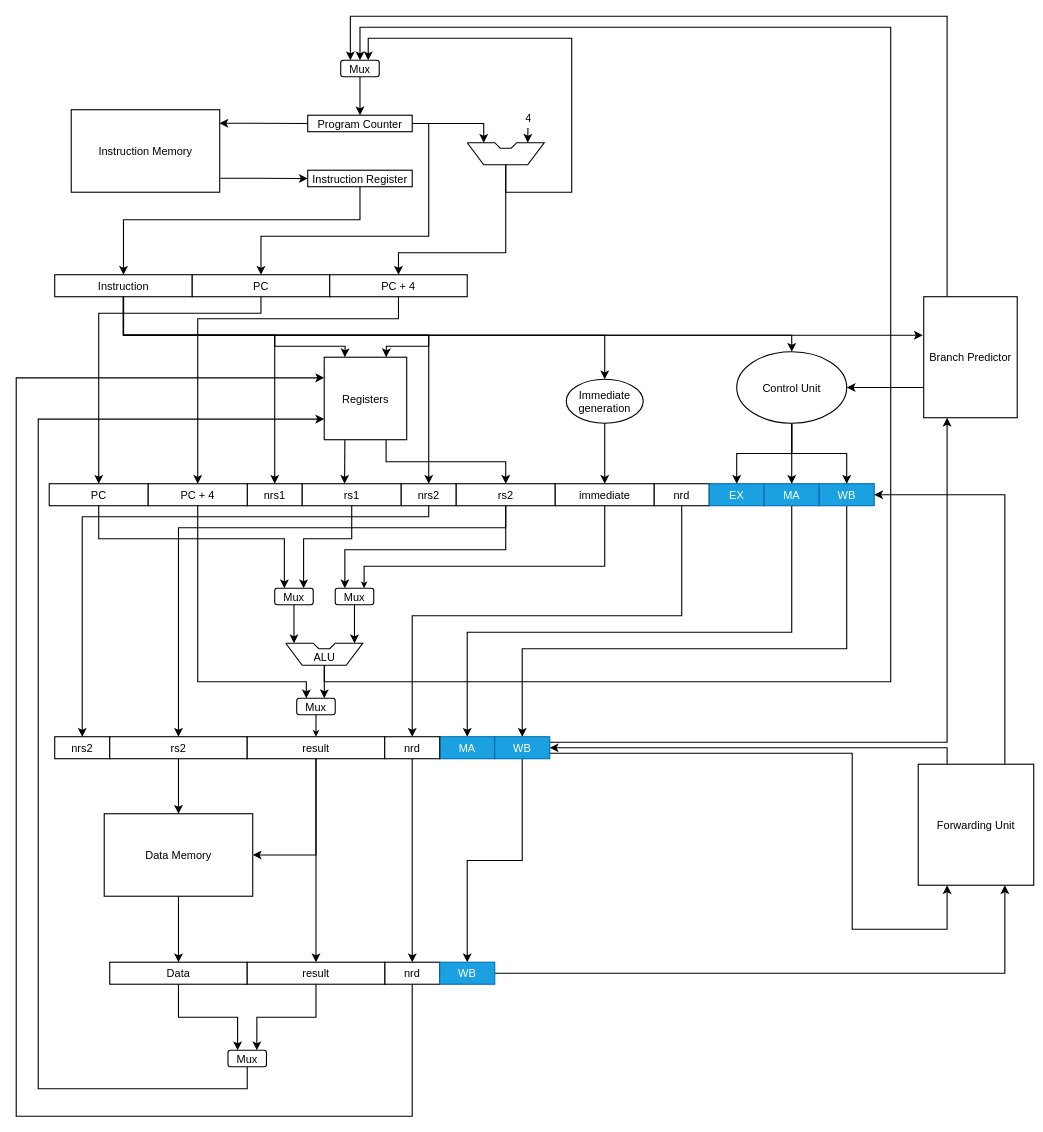
Above: docs/drawings/CPU datapath.drawio in Abdurrahman-shaikh02/RISC-V-microarchitecture-simulator (draw.io), before the change. Source tidied: cells renumbered, new cells numbered last; positions are measured from the earlier drawing's top-left corner, leaving out a move shared by most shapes. Both pictures are drawn from the tidied source at 55%, with x=0, y=0 at pixel (16, 16).
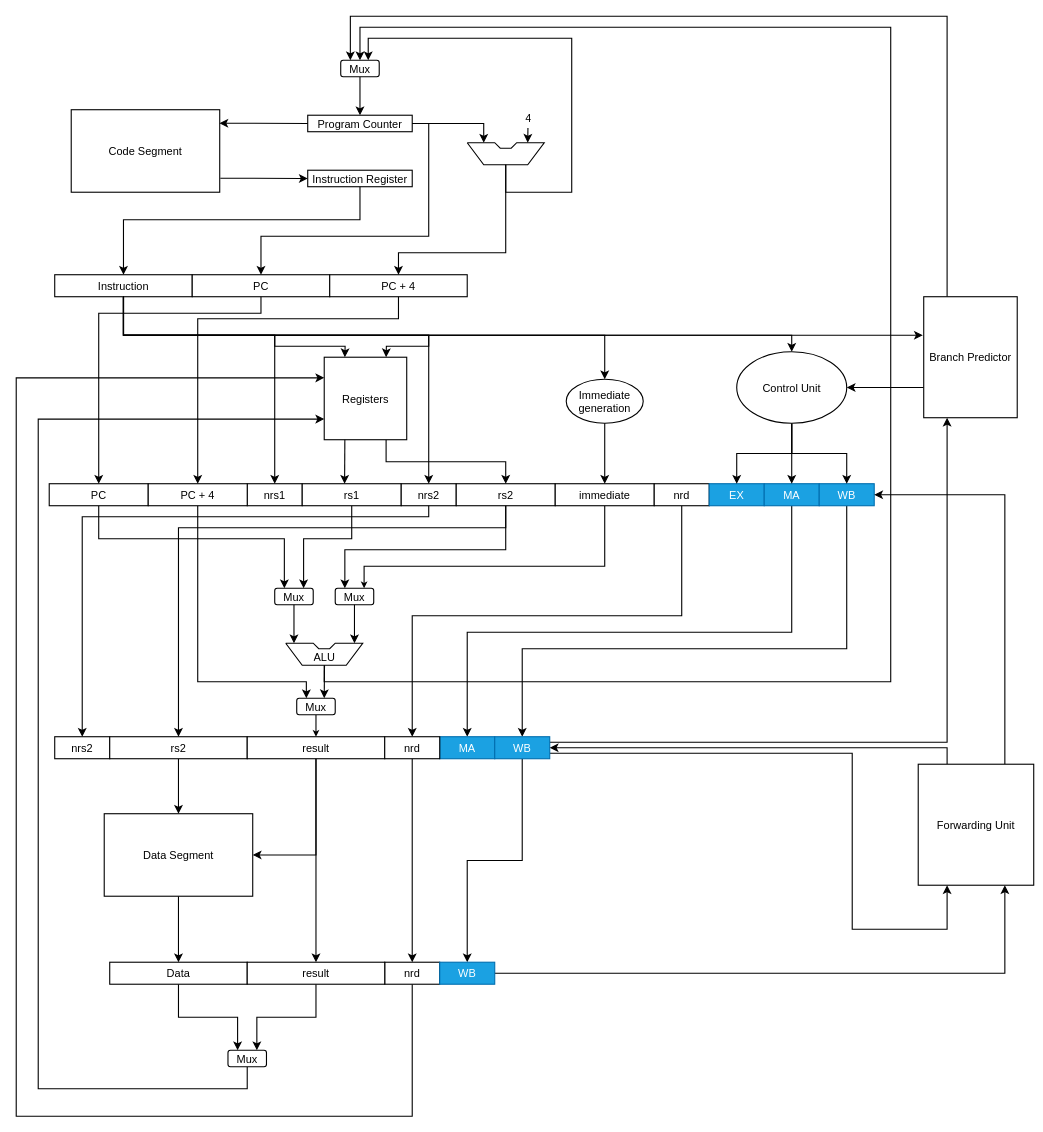
The same diagram, later.

Diff of the diagram source:
```diff
@@
-    <mxCell id="2" value="Instruction Memory" style="rounded=0;whiteSpace=wrap;html=1;labelBackgroundColor=none;fontSize=20;strokeWidth=2;" parent="1" vertex="1">
+    <mxCell id="2" value="Code Segment" style="rounded=0;whiteSpace=wrap;html=1;labelBackgroundColor=none;fontSize=20;strokeWidth=2;" parent="1" vertex="1">
       <mxGeometry x="100" y="170" width="270" height="150" as="geometry" />
     </mxCell>
@@
-    <mxCell id="79" value="Data Memory" style="rounded=0;whiteSpace=wrap;html=1;labelBackgroundColor=none;fontSize=20;strokeWidth=2;" parent="1" vertex="1">
+    <mxCell id="79" value="Data Segment" style="rounded=0;whiteSpace=wrap;html=1;labelBackgroundColor=none;fontSize=20;strokeWidth=2;" parent="1" vertex="1">
       <mxGeometry x="160" y="1450" width="270" height="150" as="geometry" />
     </mxCell>
```
